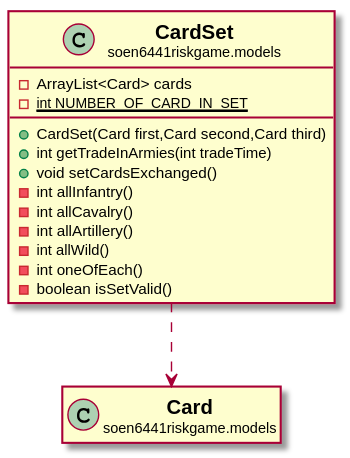
Earlier version of the PlantUML export docs/javadocs/soen6441riskgame/models/CardSet.svg (huntertran/soen6441-riskgame). Its diagram source:
```plantuml
@startuml

skinparam svgLinkTarget _parent
skinparam linetype ortho
set namespaceSeparator none
class "<b><size:14>CardSet</b>\n<size:10>soen6441riskgame.models" as soen6441riskgame.models.CardSet  [[../../soen6441riskgame/models/CardSet.html{soen6441riskgame.models.CardSet}]] {
-ArrayList<Card> cards
{static} -int NUMBER_OF_CARD_IN_SET
+CardSet(Card first,Card second,Card third)
+int getTradeInArmies(int tradeTime)
+void setCardsExchanged()
-int allInfantry()
-int allCavalry()
-int allArtillery()
-int allWild()
-int oneOfEach()
-boolean isSetValid()
}




class "<b><size:14>Card</b>\n<size:10>soen6441riskgame.models" as soen6441riskgame.models.Card  [[../../soen6441riskgame/models/Card.html{soen6441riskgame.models.Card}]] {
}

hide soen6441riskgame.models.Card fields
hide soen6441riskgame.models.Card methods

soen6441riskgame.models.CardSet ..> soen6441riskgame.models.Card


@enduml
```
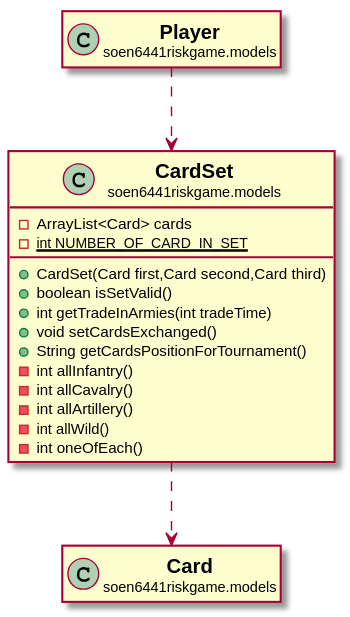
Above is the later version.

The edit, as a diff of the source:
```diff
@@ -7,14 +7,15 @@
 -ArrayList<Card> cards
 {static} -int NUMBER_OF_CARD_IN_SET
 +CardSet(Card first,Card second,Card third)
++boolean isSetValid()
 +int getTradeInArmies(int tradeTime)
 +void setCardsExchanged()
++String getCardsPositionForTournament()
 -int allInfantry()
 -int allCavalry()
 -int allArtillery()
 -int allWild()
 -int oneOfEach()
--boolean isSetValid()
 }
 
 
@@ -28,5 +29,13 @@
 
 soen6441riskgame.models.CardSet ..> soen6441riskgame.models.Card
 
+class "<b><size:14>Player</b>\n<size:10>soen6441riskgame.models" as soen6441riskgame.models.Player  [[../../soen6441riskgame/models/Player.html{soen6441riskgame.models.Player}]] {
+}
+
+hide soen6441riskgame.models.Player fields
+hide soen6441riskgame.models.Player methods
+
+soen6441riskgame.models.Player ..> soen6441riskgame.models.CardSet
+
 
 @enduml
```
